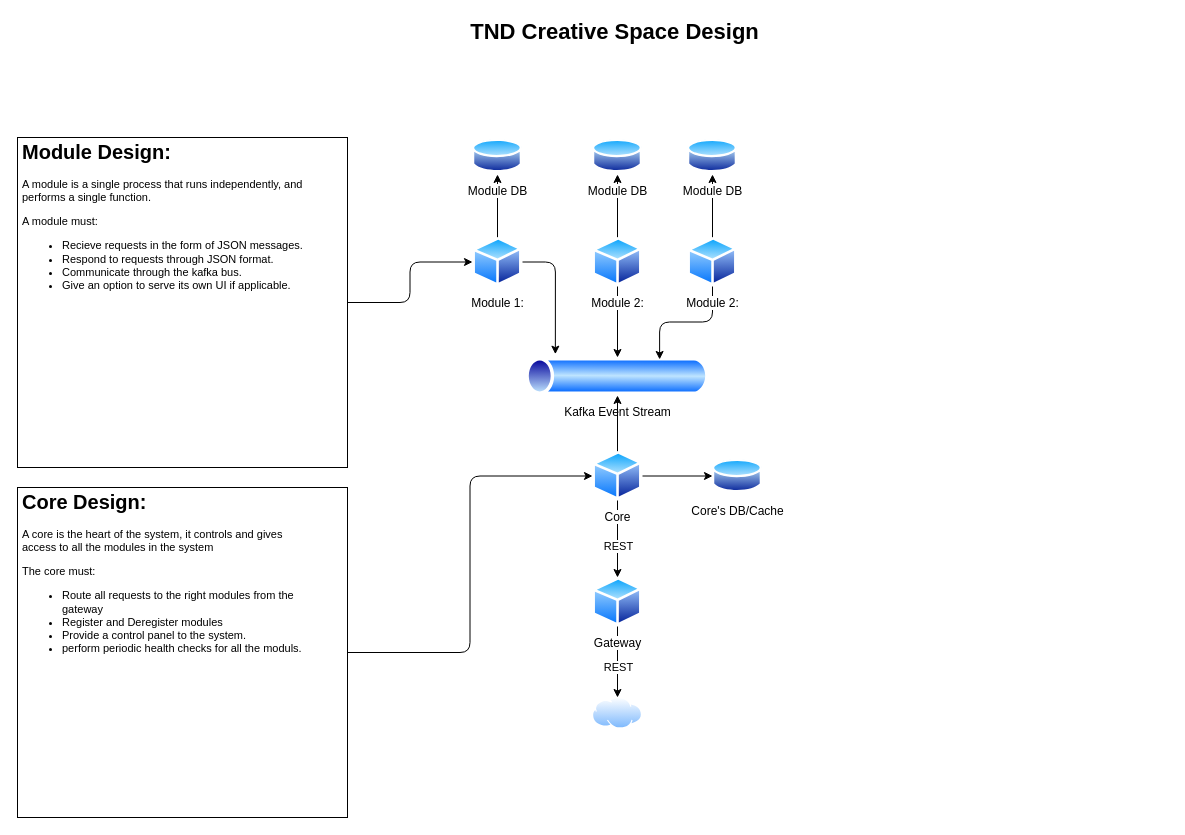
Above: Design/system.drawio in SthembisoMusana2/tnd-main (draw.io), before the change. Source tidied: cells renumbered, new cells numbered last; positions are measured from the earlier drawing's top-left corner, leaving out a move shared by most shapes. Both pictures are drawn from the tidied source at 100%, with x=0, y=0 at pixel (17, 17).
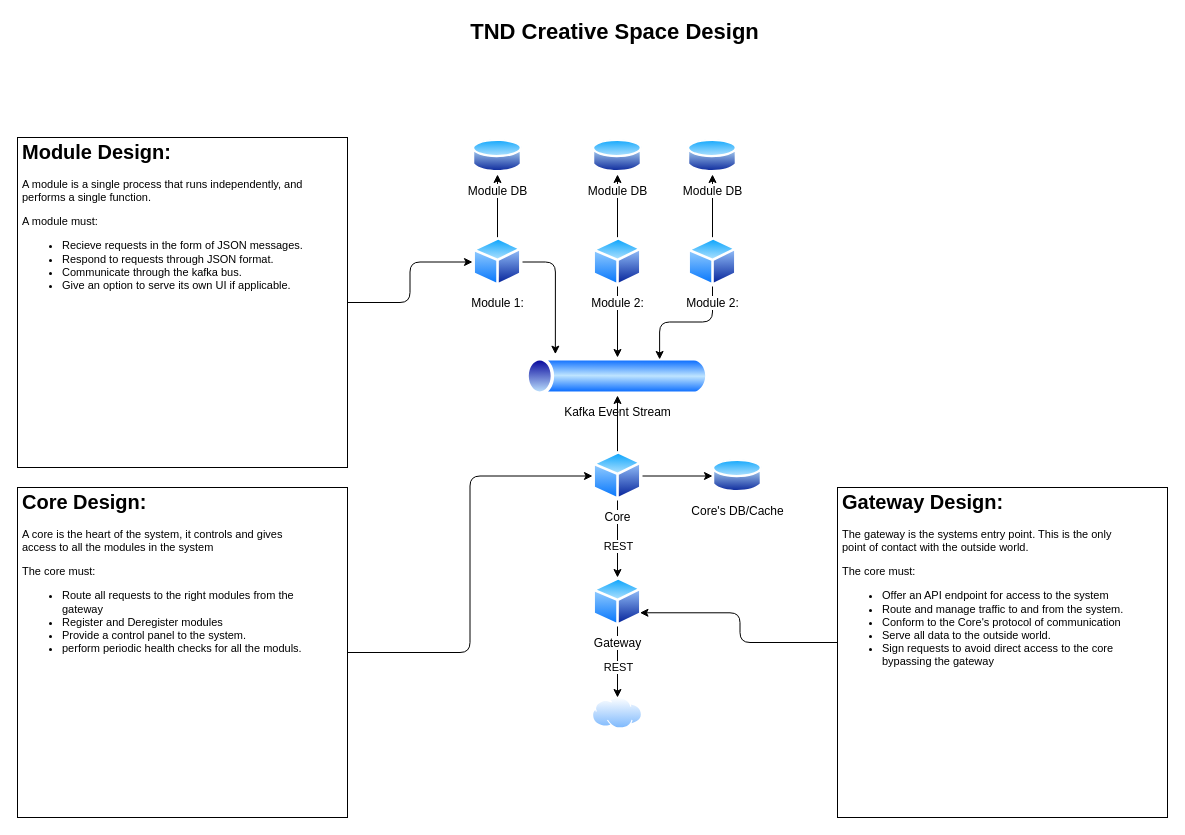
Above is the later version.

Commit message:
initial design stages

Unchanged cells that the change refers to:
```xml
<mxCell id="23" value="Gateway" style="perimeter=ellipsePerimeter;html=1;align=center;shadow=0;dashed=0;spacingTop=3;image;image=img/lib/active_directory/generic_node.svg;" parent="1" vertex="1">
  <mxGeometry x="575" y="560" width="50" height="49" as="geometry" />
</mxCell>
```

Diff of the diagram source:
```diff
@@
+    <mxCell id="34" style="group;" parent="1" vertex="1">
+      <mxGeometry x="820" y="470" width="330" height="330" as="geometry" />
+    </mxCell>
+    <mxCell id="35" style="whiteSpace=wrap;html=1;fontSize=22;" parent="34" vertex="1">
+      <mxGeometry width="330" height="330" as="geometry" />
+    </mxCell>
+    <mxCell id="36" value="&lt;h1 style=&quot;font-size: 20px&quot;&gt;Gateway Design:&lt;/h1&gt;&lt;p style=&quot;font-size: 11px&quot;&gt;The gateway is the systems entry point. This is the only point of contact with the outside world.&lt;/p&gt;&lt;p style=&quot;font-size: 11px&quot;&gt;The core must:&lt;/p&gt;&lt;p style=&quot;font-size: 11px&quot;&gt;&lt;/p&gt;&lt;ul style=&quot;font-size: 11px&quot;&gt;&lt;li&gt;Offer an API endpoint for access to the system&lt;/li&gt;&lt;li&gt;Route and manage traffic to and from the system.&lt;/li&gt;&lt;li&gt;Conform to the Core's protocol of communication&lt;/li&gt;&lt;li&gt;Serve all data to the outside world.&lt;/li&gt;&lt;li&gt;Sign requests to avoid direct access to the core bypassing the gateway&lt;/li&gt;&lt;/ul&gt;&lt;p&gt;&lt;/p&gt;&lt;p&gt;&lt;/p&gt;&lt;p&gt;&lt;/p&gt;" style="text;html=1;strokeColor=none;fillColor=none;spacing=5;spacingTop=-20;whiteSpace=wrap;overflow=hidden;rounded=0;fontSize=22;" parent="34" vertex="1">
+      <mxGeometry width="300" height="310" as="geometry" />
+    </mxCell>
+    <mxCell id="37" style="edgeStyle=orthogonalEdgeStyle;html=1;entryX=1;entryY=0.75;entryDx=0;entryDy=0;fontSize=11;" parent="1" edge="1" source="36" target="23">
+      <mxGeometry relative="1" as="geometry" />
+    </mxCell>
```
